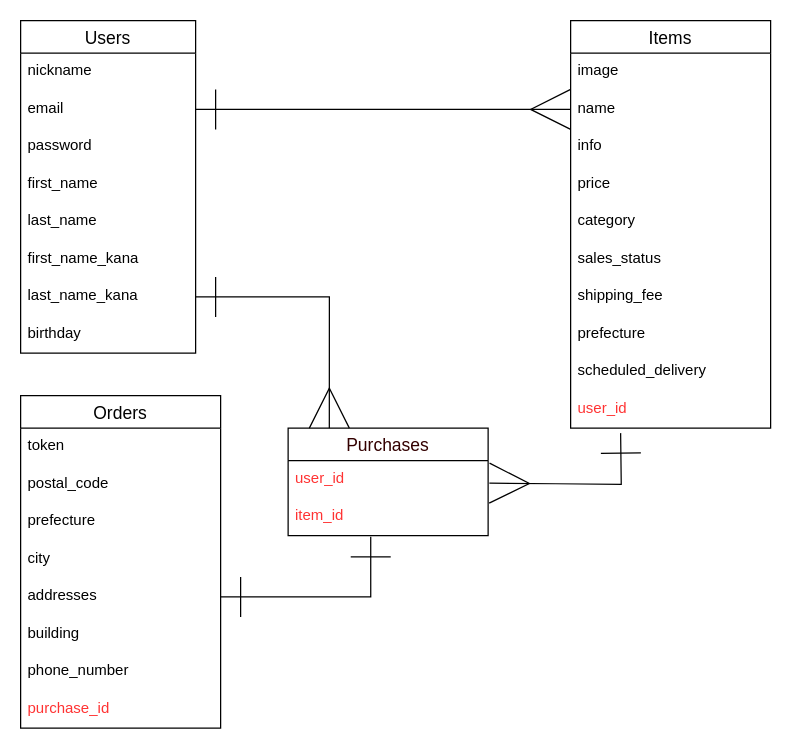
This is config/ER.dio from yatto17/furima-35905, a draw.io file, before an edit. Source tidied: cells renumbered, new cells numbered last; positions are measured from the earlier drawing's top-left corner, leaving out a move shared by most shapes. Both pictures are drawn from the tidied source at 125%, with x=0, y=0 at pixel (20, 20).
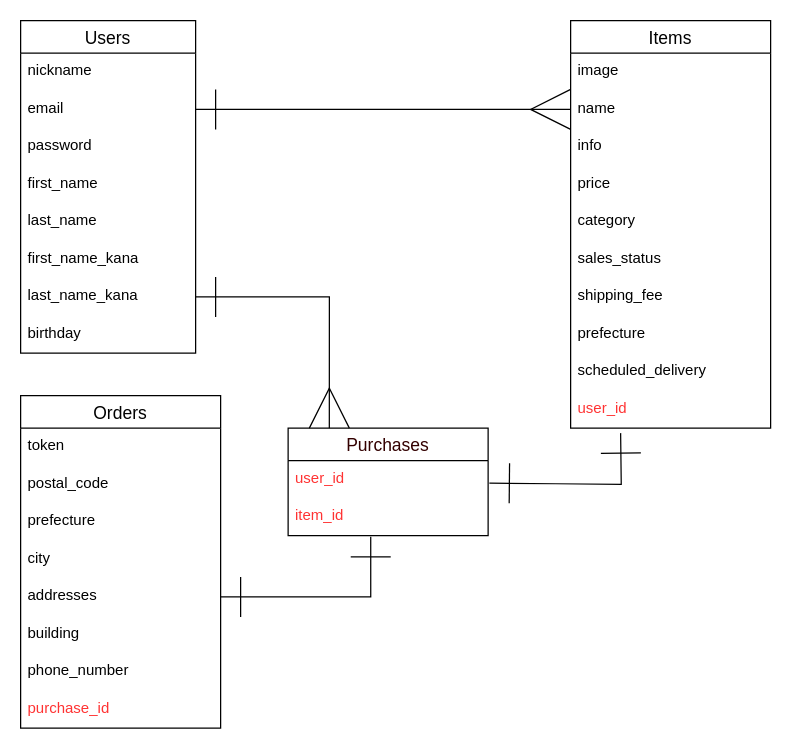
The same page after the edit.

Commit message (it also covers changes not shown here):
Association見直し,カラムの型の修正,emailオプション追加

What changed in the source:
```diff
@@
-    <mxCell id="36" style="edgeStyle=orthogonalEdgeStyle;rounded=0;orthogonalLoop=1;jettySize=auto;html=1;fontColor=#330000;startArrow=ERmany;startFill=0;endArrow=ERone;endFill=0;startSize=30;endSize=30;" parent="1" edge="1">
+    <mxCell id="36" style="edgeStyle=orthogonalEdgeStyle;rounded=0;orthogonalLoop=1;jettySize=auto;html=1;fontColor=#330000;startArrow=ERone;startFill=0;endArrow=ERone;endFill=0;startSize=30;endSize=30;" parent="1" edge="1">
       <mxGeometry relative="1" as="geometry">
         <mxPoint x="375" y="370" as="sourcePoint" />
         <mxPoint x="480" y="330" as="targetPoint" />
       </mxGeometry>
     </mxCell>
```
